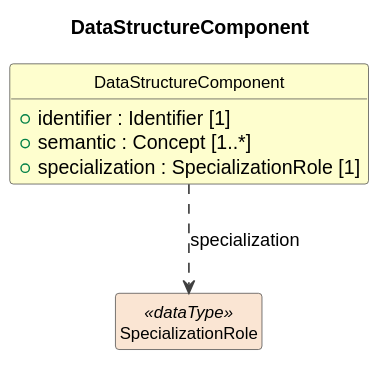
The PlantUML diagram build/field-level-documentation/CDIFDataStructure/Classes/DataStructureComponent.svg in Cross-Domain-Interoperability-Framework/metadataBuildingBlocks, before a commit.
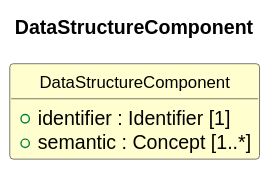
After the change.

The edit, as a diff of the source:
```diff
@@ -13,8 +13,5 @@
 class "DataStructureComponent" as DataStructureComponent #FEFECE {
   +identifier : Identifier [1]
   +semantic : Concept [1..*]
-  +specialization : SpecializationRole [1]
 }
-class "SpecializationRole" as SpecializationRole <<dataType>> #FAE5D3
-DataStructureComponent ..> SpecializationRole : specialization
 @enduml
```
